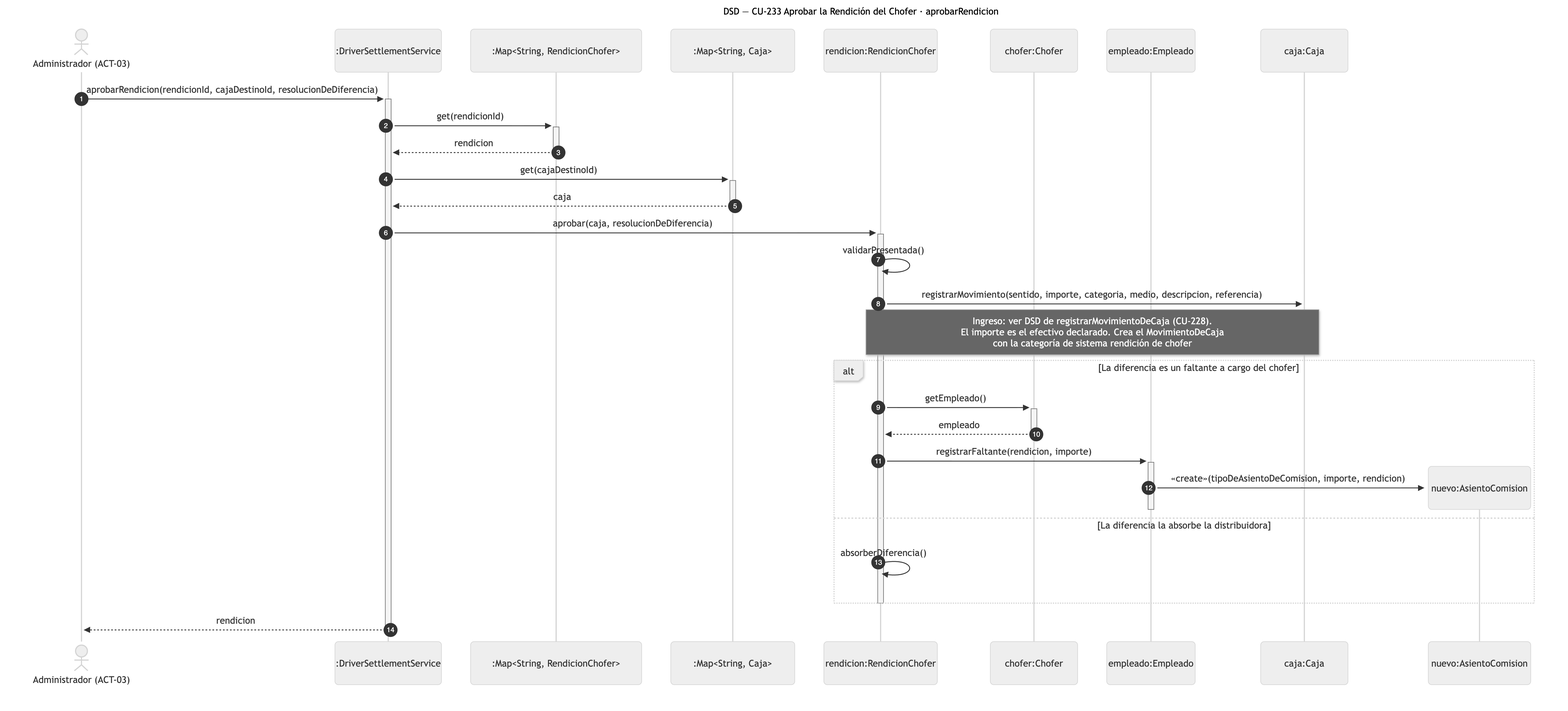
Before: diagramas/png/DSD_CU-233_aprobarRendicion.png, a diagram exported from Mermaid (Nahuelito-Dev/splg-docs). Its source is kept beside it as diagramas/DSD_CU-233_aprobarRendicion.mmd.
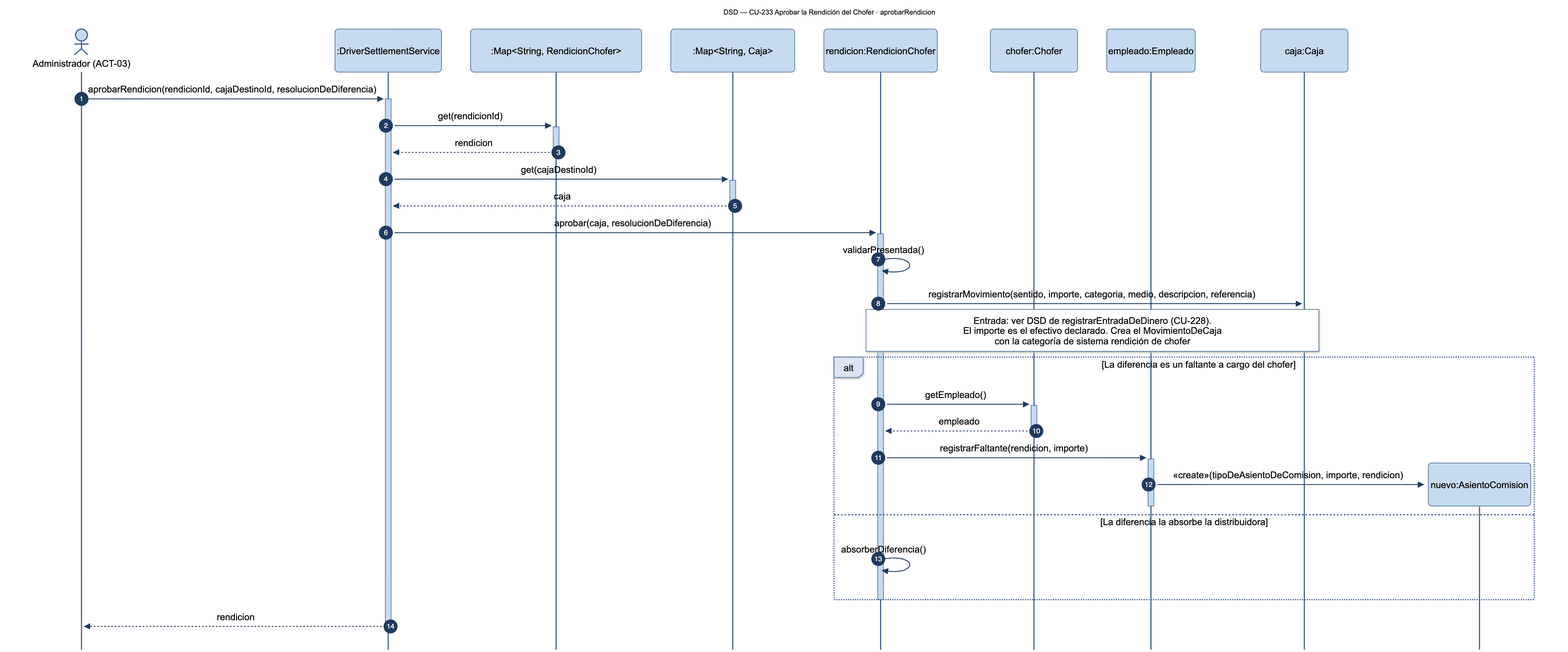
The same diagram one commit later.

What changed in the source:
```diff
@@ -18,7 +18,7 @@
     SRV->>+REN: aprobar(caja, resolucionDeDiferencia)
     REN->>REN: validarPresentada()
     REN->>CAJ: registrarMovimiento(sentido, importe, categoria, medio, descripcion, referencia)
-    Note over REN,CAJ: Ingreso: ver DSD de registrarMovimientoDeCaja (CU-228).<br/>El importe es el efectivo declarado. Crea el MovimientoDeCaja<br/>con la categoría de sistema rendición de chofer
+    Note over REN,CAJ: Entrada: ver DSD de registrarEntradaDeDinero (CU-228).<br/>El importe es el efectivo declarado. Crea el MovimientoDeCaja<br/>con la categoría de sistema rendición de chofer
     alt La diferencia es un faltante a cargo del chofer
         REN->>+CHF: getEmpleado()
         CHF-->>-REN: empleado
```
